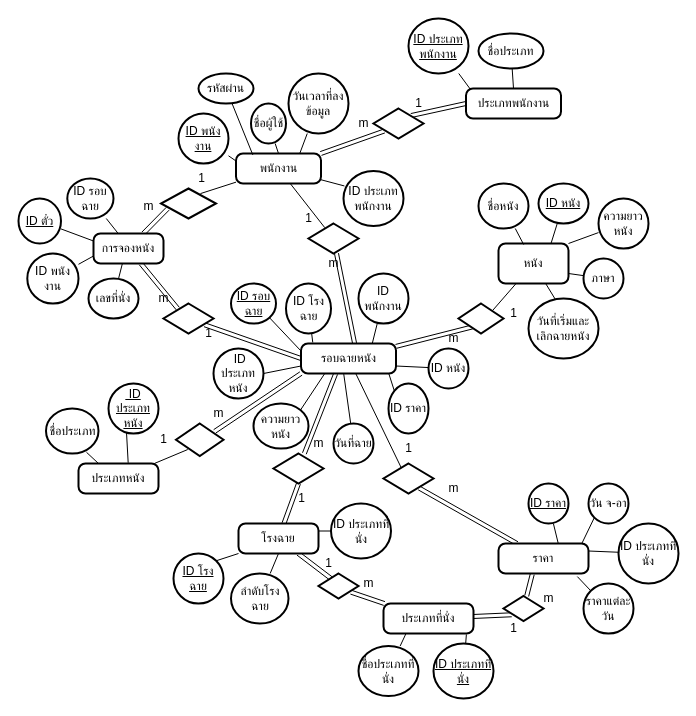
The draw.io diagram ER.drawio in SupawitSaelim/dbms.github.io, before the edit. Source tidied: cells renumbered, new cells numbered last; positions are measured from the earlier drawing's top-left corner, leaving out a move shared by most shapes. Both pictures are drawn from the tidied source at 100%, with x=0, y=0 at pixel (18, 18).
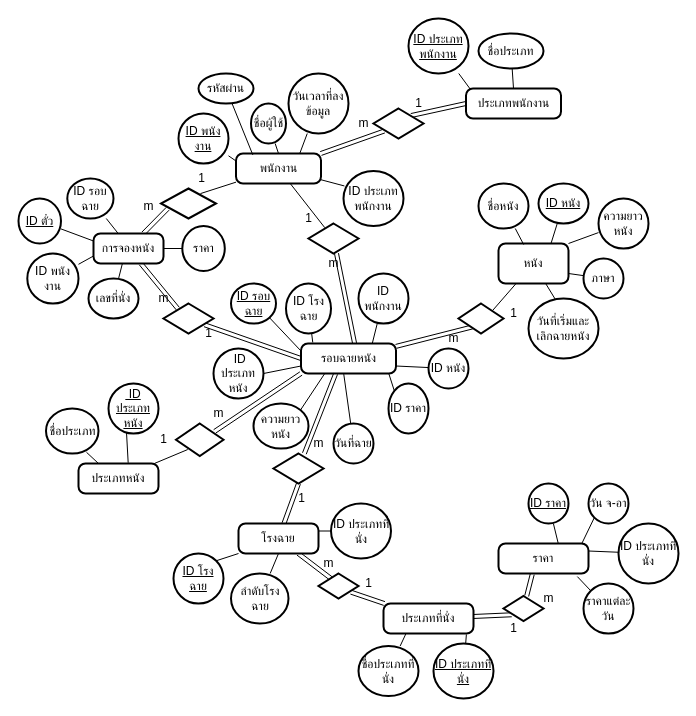
After the change.

The change refers to these unchanged cells:
```xml
<mxCell id="4" value="การจองหนัง" style="rounded=1;whiteSpace=wrap;html=1;absoluteArcSize=1;arcSize=14;strokeWidth=2;" parent="1" vertex="1">
  <mxGeometry x="75" y="215" width="70" height="30" as="geometry" />
</mxCell>
<mxCell id="15" value="รอบฉายหนัง" style="rounded=1;whiteSpace=wrap;html=1;absoluteArcSize=1;arcSize=14;strokeWidth=2;" parent="1" vertex="1">
  <mxGeometry x="282.5" y="325" width="95" height="30" as="geometry" />
</mxCell>
<mxCell id="65" value="ราคา" style="rounded=1;whiteSpace=wrap;html=1;absoluteArcSize=1;arcSize=14;strokeWidth=2;" parent="1" vertex="1">
  <mxGeometry x="480" y="525" width="90" height="30" as="geometry" />
</mxCell>
```

What changed in the source:
```diff
@@
-    <mxCell id="14" style="edgeStyle=none;html=1;entryX=0.36;entryY=0.16;entryDx=0;entryDy=0;entryPerimeter=0;endArrow=none;endFill=0;" parent="1" edge="1" source="15" target="72">
-      <mxGeometry relative="1" as="geometry" />
-    </mxCell>
@@
-    <mxCell id="64" style="edgeStyle=none;html=1;entryX=0.714;entryY=0.82;entryDx=0;entryDy=0;entryPerimeter=0;endArrow=none;endFill=0;shape=link;" parent="1" edge="1" source="65" target="72">
-      <mxGeometry relative="1" as="geometry" />
-    </mxCell>
@@
-    <mxCell id="72" style="strokeWidth=2;html=1;shape=mxgraph.flowchart.decision;whiteSpace=wrap;" parent="1" vertex="1">
-      <mxGeometry x="365" y="445" width="50" height="30" as="geometry" />
-    </mxCell>
-    <mxCell id="73" value="1" style="text;html=1;align=center;verticalAlign=middle;strokeColor=none;fillColor=none;" parent="1" vertex="1">
-      <mxGeometry x="375" y="415" width="30" height="30" as="geometry" />
-    </mxCell>
-    <mxCell id="74" value="m" style="text;html=1;align=center;verticalAlign=middle;strokeColor=none;fillColor=none;" parent="1" vertex="1">
-      <mxGeometry x="420" y="455" width="30" height="30" as="geometry" />
-    </mxCell>
@@
-    <mxCell id="106" value="1" style="text;html=1;align=center;verticalAlign=middle;strokeColor=none;fillColor=none;" parent="1" vertex="1">
+    <mxCell id="106" value="m" style="text;html=1;align=center;verticalAlign=middle;strokeColor=none;fillColor=none;" parent="1" vertex="1">
       <mxGeometry x="295" y="530" width="30" height="30" as="geometry" />
     </mxCell>
-    <mxCell id="107" value="m" style="text;html=1;align=center;verticalAlign=middle;strokeColor=none;fillColor=none;" parent="1" vertex="1">
+    <mxCell id="107" value="1" style="text;html=1;align=center;verticalAlign=middle;strokeColor=none;fillColor=none;" parent="1" vertex="1">
       <mxGeometry x="335" y="550" width="30" height="30" as="geometry" />
     </mxCell>
@@
+    <mxCell id="131" style="edgeStyle=none;html=1;entryX=1;entryY=0.5;entryDx=0;entryDy=0;endArrow=none;endFill=0;" parent="1" edge="1" source="132" target="4">
+      <mxGeometry relative="1" as="geometry" />
+    </mxCell>
+    <mxCell id="132" value="ราคา" style="strokeWidth=2;html=1;shape=mxgraph.flowchart.start_2;whiteSpace=wrap;" parent="1" vertex="1">
+      <mxGeometry x="163.8" y="207.5" width="42.5" height="45" as="geometry" />
+    </mxCell>
```
